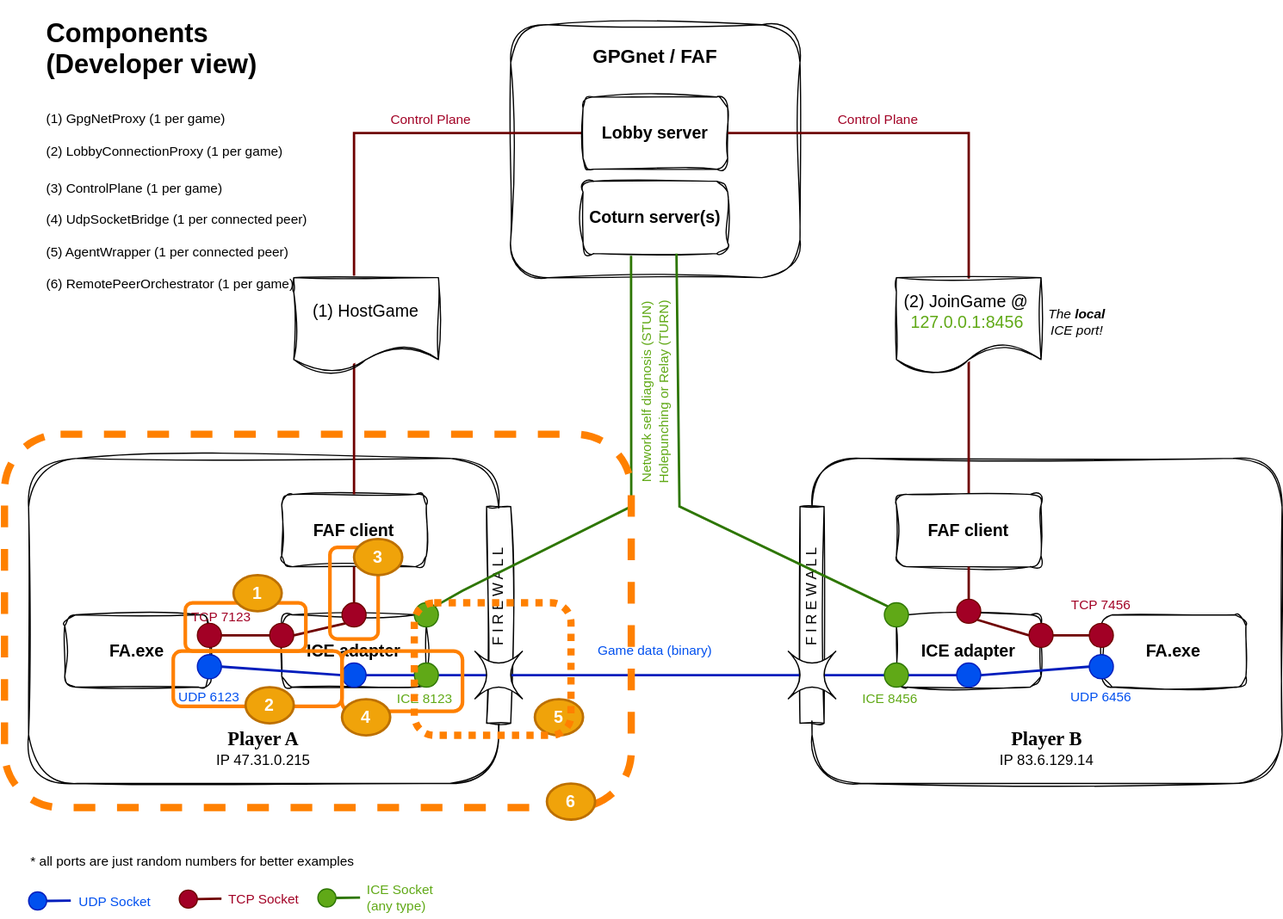
The draw.io diagram docs/diagrams/network_diagram_5_components.svg in FAForever/kotlin-ice-adapter, before a commit. Source tidied: cells renumbered, new cells last; positions are measured from the earlier drawing's top-left corner, leaving out a move shared by most shapes.
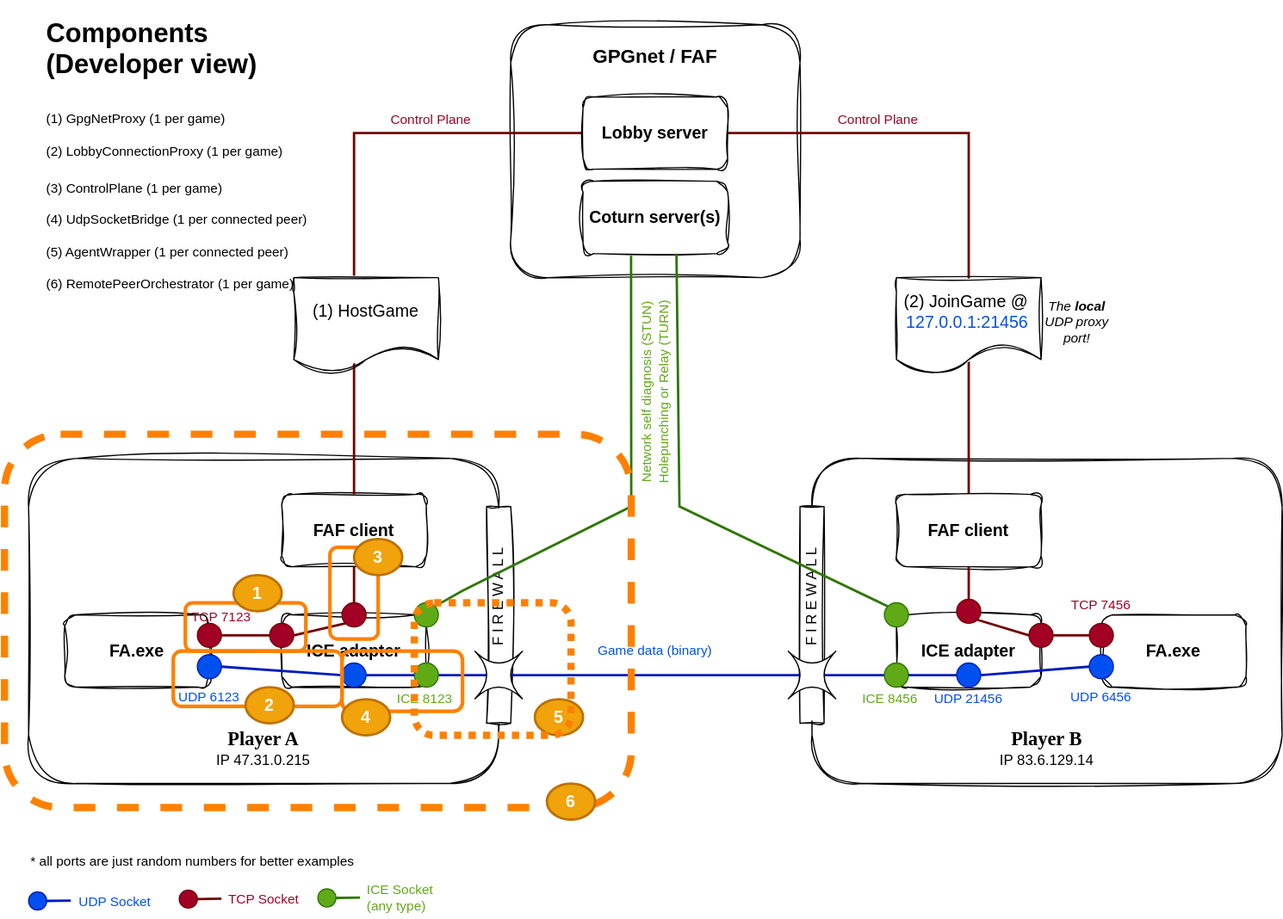
Above is the later version.

Commit message:
Fix wrong port description in docs

What changed in the source:
```diff
@@ -239,12 +239,15 @@
     <mxCell id="72" value="ICE 8456" style="text;html=1;strokeColor=none;fillColor=none;align=left;verticalAlign=middle;whiteSpace=wrap;rounded=0;fontSize=11;fontFamily=Helvetica;fontColor=#60a916;" parent="39" vertex="1">
       <mxGeometry x="710" y="560" width="66" height="20" as="geometry" />
     </mxCell>
-    <mxCell id="73" value="127.0.0.1:8456" style="text;html=1;align=center;verticalAlign=middle;whiteSpace=wrap;rounded=0;fontSize=14;fontFamily=Helvetica;fillColor=#FFFFFF;fontColor=#60a916;strokeColor=none;spacing=0;" parent="39" vertex="1">
+    <mxCell id="73" value="127.0.0.1:21456" style="text;html=1;align=center;verticalAlign=middle;whiteSpace=wrap;rounded=0;fontSize=14;fontFamily=Helvetica;fillColor=#FFFFFF;fontColor=#0250ef;strokeColor=none;spacing=0;" parent="39" vertex="1">
       <mxGeometry x="748" y="247" width="102" height="20" as="geometry" />
     </mxCell>
-    <mxCell id="74" value="The &lt;b&gt;local&lt;/b&gt;&lt;br&gt;ICE port!" style="text;html=1;strokeColor=none;fillColor=none;align=center;verticalAlign=middle;whiteSpace=wrap;rounded=0;fontSize=11;fontFamily=Helvetica;fontColor=default;fontStyle=2;" parent="39" vertex="1">
+    <mxCell id="74" value="The &lt;b&gt;local&lt;/b&gt;&lt;br&gt;UDP proxy port!" style="text;html=1;strokeColor=none;fillColor=none;align=center;verticalAlign=middle;whiteSpace=wrap;rounded=0;fontSize=11;fontFamily=Helvetica;fontColor=default;fontStyle=2;" parent="39" vertex="1">
       <mxGeometry x="860" y="242" width="60" height="30" as="geometry" />
     </mxCell>
+    <mxCell id="89" value="UDP 21456" style="text;html=1;strokeColor=none;fillColor=none;align=center;verticalAlign=middle;whiteSpace=wrap;rounded=0;fontSize=11;fontFamily=Helvetica;fontColor=#0250ef;" parent="39" vertex="1">
+      <mxGeometry x="770" y="555" width="60" height="30" as="geometry" />
+    </mxCell>
     <mxCell id="75" value="Developer overview" parent="0" />
     <mxCell id="76" style="rounded=1;whiteSpace=wrap;html=1;fontFamily=Helvetica;fontSize=11;fontColor=default;fillColor=none;strokeColor=#FF8000;strokeWidth=6;dashed=1;perimeterSpacing=0;" parent="75" vertex="1">
       <mxGeometry y="350" width="520" height="310" as="geometry" />
```
